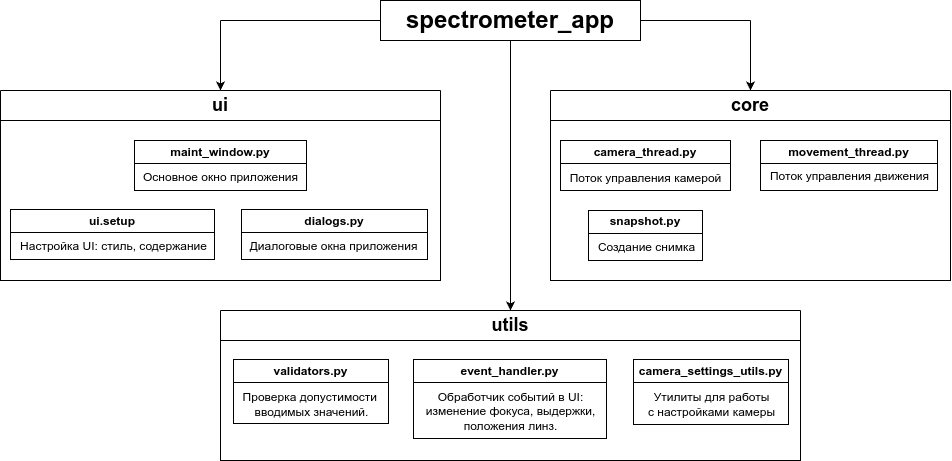
Earlier version of the draw.io export images/spectrometer_structure.png (Dvorobev-MIPT/spectrometer). Source tidied: cells renumbered, new cells last; positions are measured from the earlier drawing's top-left corner, leaving out a move shared by most shapes. Its diagram source:
```xml
<mxGraphModel>
  <root>
    <mxCell id="0" />
    <mxCell id="1" parent="0" />
    <mxCell id="2" style="swimlane;startSize=0;" parent="1" vertex="1">
      <mxGeometry y="90" width="440" height="190" as="geometry" />
    </mxCell>
    <mxCell id="3" value="&lt;b&gt;&lt;font style=&quot;font-size: 18px;&quot;&gt;ui&lt;/font&gt;&lt;/b&gt;" style="text;html=1;align=center;verticalAlign=middle;whiteSpace=wrap;rounded=0;fontSize=16;" parent="2" vertex="1">
      <mxGeometry width="440" height="30" as="geometry" />
    </mxCell>
    <mxCell id="4" style="endArrow=none;html=1;rounded=0;exitX=1;exitY=1;exitDx=0;exitDy=0;entryX=0;entryY=1;entryDx=0;entryDy=0;" parent="2" edge="1" source="3" target="3">
      <mxGeometry relative="1" as="geometry" />
    </mxCell>
    <mxCell id="5" value="ui.setup" style="swimlane;whiteSpace=wrap;html=1;" parent="2" vertex="1">
      <mxGeometry x="10" y="119" width="204" height="50" as="geometry" />
    </mxCell>
    <mxCell id="6" value="Настройка UI: стиль, содержание" style="text;html=1;align=center;verticalAlign=middle;strokeColor=none;fillColor=none;" parent="5" vertex="1">
      <mxGeometry y="24" width="205" height="26" as="geometry" />
    </mxCell>
    <mxCell id="7" value="dialogs.py" style="swimlane;whiteSpace=wrap;html=1;" parent="2" vertex="1">
      <mxGeometry x="241" y="119" width="186" height="50" as="geometry" />
    </mxCell>
    <mxCell id="8" value="Диалоговые окна приложения" style="text;html=1;align=center;verticalAlign=middle;strokeColor=none;fillColor=none;" parent="7" vertex="1">
      <mxGeometry x="-1" y="24" width="186" height="26" as="geometry" />
    </mxCell>
    <mxCell id="9" value="maint_window.py" style="swimlane;whiteSpace=wrap;html=1;" parent="2" vertex="1">
      <mxGeometry x="134" y="50" width="172" height="50" as="geometry" />
    </mxCell>
    <mxCell id="10" value="Основное окно приложения" style="text;html=1;align=center;verticalAlign=middle;strokeColor=none;fillColor=none;" parent="9" vertex="1">
      <mxGeometry x="-1" y="24" width="173" height="26" as="geometry" />
    </mxCell>
    <mxCell id="11" style="swimlane;startSize=0;" parent="1" vertex="1">
      <mxGeometry x="220" y="310" width="580" height="150" as="geometry" />
    </mxCell>
    <mxCell id="12" value="&lt;b&gt;&lt;font style=&quot;font-size: 18px;&quot;&gt;utils&lt;/font&gt;&lt;/b&gt;" style="text;html=1;align=center;verticalAlign=middle;whiteSpace=wrap;rounded=0;fontSize=16;" parent="11" vertex="1">
      <mxGeometry width="580" height="30" as="geometry" />
    </mxCell>
    <mxCell id="13" style="endArrow=none;html=1;rounded=0;exitX=1;exitY=1;exitDx=0;exitDy=0;entryX=0;entryY=1;entryDx=0;entryDy=0;" parent="11" edge="1" source="12" target="12">
      <mxGeometry relative="1" as="geometry" />
    </mxCell>
    <mxCell id="14" value="validators.py" style="swimlane;whiteSpace=wrap;html=1;" parent="11" vertex="1">
      <mxGeometry x="13" y="49" width="155" height="64" as="geometry" />
    </mxCell>
    <mxCell id="15" value="Проверка допустимости&amp;nbsp;&lt;div&gt;вводимых значений.&lt;/div&gt;" style="text;html=1;align=center;verticalAlign=middle;strokeColor=none;fillColor=none;" parent="14" vertex="1">
      <mxGeometry y="24" width="156" height="41" as="geometry" />
    </mxCell>
    <mxCell id="16" value="event_handler.py" style="swimlane;whiteSpace=wrap;html=1;" parent="11" vertex="1">
      <mxGeometry x="193" y="49" width="193" height="79" as="geometry" />
    </mxCell>
    <mxCell id="17" value="Обработчик событий в UI:&lt;div&gt;&amp;nbsp;изменение фокуса,&amp;nbsp;&lt;span style=&quot;background-color: transparent; color: light-dark(rgb(0, 0, 0), rgb(255, 255, 255));&quot;&gt;выдержки,&lt;/span&gt;&lt;span style=&quot;background-color: transparent; color: light-dark(rgb(0, 0, 0), rgb(255, 255, 255));&quot;&gt;&amp;nbsp;&lt;/span&gt;&lt;/div&gt;&lt;div&gt;&lt;span style=&quot;background-color: transparent; color: light-dark(rgb(0, 0, 0), rgb(255, 255, 255));&quot;&gt;положения линз.&lt;/span&gt;&lt;/div&gt;" style="text;html=1;align=center;verticalAlign=middle;strokeColor=none;fillColor=none;" parent="16" vertex="1">
      <mxGeometry y="24" width="194" height="55" as="geometry" />
    </mxCell>
    <mxCell id="18" value="camera_settings_utils.py" style="swimlane;whiteSpace=wrap;html=1;" parent="11" vertex="1">
      <mxGeometry x="413" y="49" width="155" height="65" as="geometry" />
    </mxCell>
    <mxCell id="19" value="Утилиты для работы&lt;div&gt;с настройками камеры&lt;/div&gt;" style="text;html=1;align=center;verticalAlign=middle;strokeColor=none;fillColor=none;" parent="18" vertex="1">
      <mxGeometry x="5" y="24" width="145" height="41" as="geometry" />
    </mxCell>
    <mxCell id="20" style="swimlane;startSize=0;" parent="1" vertex="1">
      <mxGeometry x="550" y="90" width="400" height="190" as="geometry" />
    </mxCell>
    <mxCell id="21" value="&lt;b&gt;&lt;font style=&quot;font-size: 18px;&quot;&gt;core&lt;/font&gt;&lt;/b&gt;" style="text;html=1;align=center;verticalAlign=middle;whiteSpace=wrap;rounded=0;fontSize=16;" parent="20" vertex="1">
      <mxGeometry width="400" height="30" as="geometry" />
    </mxCell>
    <mxCell id="22" style="endArrow=none;html=1;rounded=0;exitX=1;exitY=1;exitDx=0;exitDy=0;entryX=0;entryY=1;entryDx=0;entryDy=0;" parent="20" edge="1" source="21" target="21">
      <mxGeometry relative="1" as="geometry" />
    </mxCell>
    <mxCell id="23" value="camera_thread.py" style="swimlane;whiteSpace=wrap;html=1;" parent="20" vertex="1">
      <mxGeometry x="10" y="50" width="170" height="50" as="geometry" />
    </mxCell>
    <mxCell id="24" value="Поток управления камерой" style="text;html=1;align=center;verticalAlign=middle;strokeColor=none;fillColor=none;" parent="23" vertex="1">
      <mxGeometry y="23" width="170" height="30" as="geometry" />
    </mxCell>
    <mxCell id="25" value="movement_thread.py" style="swimlane;whiteSpace=wrap;html=1;" parent="20" vertex="1">
      <mxGeometry x="210" y="50" width="177" height="50" as="geometry" />
    </mxCell>
    <mxCell id="26" value="Поток управления движения" style="text;html=1;align=center;verticalAlign=middle;strokeColor=none;fillColor=none;" parent="25" vertex="1">
      <mxGeometry y="23" width="177" height="26" as="geometry" />
    </mxCell>
    <mxCell id="27" value="snapshot.py" style="swimlane;whiteSpace=wrap;html=1;" parent="20" vertex="1">
      <mxGeometry x="38" y="120" width="114" height="50" as="geometry" />
    </mxCell>
    <mxCell id="28" value="Создание снимка" style="text;html=1;align=center;verticalAlign=middle;strokeColor=none;fillColor=none;" parent="27" vertex="1">
      <mxGeometry y="24" width="115" height="26" as="geometry" />
    </mxCell>
    <mxCell id="29" style="rounded=0;whiteSpace=wrap;html=1;" parent="1" vertex="1">
      <mxGeometry x="380" width="260" height="40" as="geometry" />
    </mxCell>
    <mxCell id="30" style="edgeStyle=orthogonalEdgeStyle;rounded=0;jettySize=auto;html=1;exitX=0.5;exitY=1;exitDx=0;exitDy=0;entryX=0.5;entryY=0;entryDx=0;entryDy=0;" parent="1" edge="1" source="31" target="12">
      <mxGeometry relative="1" as="geometry" />
    </mxCell>
    <mxCell id="31" value="&lt;font style=&quot;font-size: 24px;&quot;&gt;&lt;b&gt;spectrometer_app&lt;/b&gt;&lt;/font&gt;" style="text;html=1;align=center;verticalAlign=middle;whiteSpace=wrap;rounded=0;" parent="1" vertex="1">
      <mxGeometry x="380" width="260" height="40" as="geometry" />
    </mxCell>
    <mxCell id="32" style="endArrow=none;html=1;rounded=0;exitX=1;exitY=0.5;exitDx=0;exitDy=0;" parent="1" edge="1" source="31">
      <mxGeometry relative="1" as="geometry">
        <mxPoint x="750" y="20" as="targetPoint" />
      </mxGeometry>
    </mxCell>
    <mxCell id="33" style="endArrow=classic;html=1;rounded=0;entryX=0.5;entryY=0;entryDx=0;entryDy=0;" parent="1" edge="1" target="21">
      <mxGeometry relative="1" as="geometry">
        <mxPoint x="750" y="20" as="sourcePoint" />
      </mxGeometry>
    </mxCell>
    <mxCell id="34" style="endArrow=none;html=1;rounded=0;entryX=0;entryY=0.5;entryDx=0;entryDy=0;" parent="1" edge="1" target="31">
      <mxGeometry relative="1" as="geometry">
        <mxPoint x="220" y="20" as="sourcePoint" />
      </mxGeometry>
    </mxCell>
    <mxCell id="35" style="endArrow=classic;html=1;rounded=0;entryX=0.5;entryY=0;entryDx=0;entryDy=0;" parent="1" edge="1" target="3">
      <mxGeometry relative="1" as="geometry">
        <mxPoint x="220" y="20" as="sourcePoint" />
      </mxGeometry>
    </mxCell>
  </root>
</mxGraphModel>
```
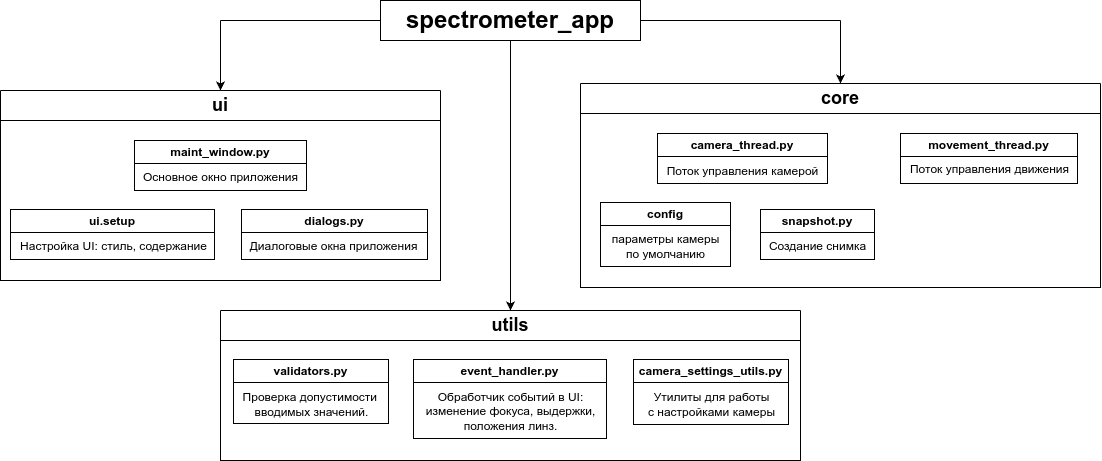
The same file after the commit.

The edit, as a diff of the source:
```diff
@@ -57,32 +57,38 @@
       <mxGeometry x="5" y="24" width="145" height="41" as="geometry" />
     </mxCell>
     <mxCell id="20" style="swimlane;startSize=0;" parent="1" vertex="1">
-      <mxGeometry x="550" y="90" width="400" height="190" as="geometry" />
+      <mxGeometry x="580" y="83" width="520" height="204" as="geometry" />
     </mxCell>
     <mxCell id="21" value="&lt;b&gt;&lt;font style=&quot;font-size: 18px;&quot;&gt;core&lt;/font&gt;&lt;/b&gt;" style="text;html=1;align=center;verticalAlign=middle;whiteSpace=wrap;rounded=0;fontSize=16;" parent="20" vertex="1">
-      <mxGeometry width="400" height="30" as="geometry" />
+      <mxGeometry width="520" height="30" as="geometry" />
     </mxCell>
     <mxCell id="22" style="endArrow=none;html=1;rounded=0;exitX=1;exitY=1;exitDx=0;exitDy=0;entryX=0;entryY=1;entryDx=0;entryDy=0;" parent="20" edge="1" source="21" target="21">
       <mxGeometry relative="1" as="geometry" />
     </mxCell>
     <mxCell id="23" value="camera_thread.py" style="swimlane;whiteSpace=wrap;html=1;" parent="20" vertex="1">
-      <mxGeometry x="10" y="50" width="170" height="50" as="geometry" />
+      <mxGeometry x="77" y="50" width="170" height="50" as="geometry" />
     </mxCell>
     <mxCell id="24" value="Поток управления камерой" style="text;html=1;align=center;verticalAlign=middle;strokeColor=none;fillColor=none;" parent="23" vertex="1">
       <mxGeometry y="23" width="170" height="30" as="geometry" />
     </mxCell>
     <mxCell id="25" value="movement_thread.py" style="swimlane;whiteSpace=wrap;html=1;" parent="20" vertex="1">
-      <mxGeometry x="210" y="50" width="177" height="50" as="geometry" />
+      <mxGeometry x="320" y="50" width="177" height="50" as="geometry" />
     </mxCell>
     <mxCell id="26" value="Поток управления движения" style="text;html=1;align=center;verticalAlign=middle;strokeColor=none;fillColor=none;" parent="25" vertex="1">
       <mxGeometry y="23" width="177" height="26" as="geometry" />
     </mxCell>
     <mxCell id="27" value="snapshot.py" style="swimlane;whiteSpace=wrap;html=1;" parent="20" vertex="1">
-      <mxGeometry x="38" y="120" width="114" height="50" as="geometry" />
+      <mxGeometry x="180" y="126" width="114" height="50" as="geometry" />
     </mxCell>
     <mxCell id="28" value="Создание снимка" style="text;html=1;align=center;verticalAlign=middle;strokeColor=none;fillColor=none;" parent="27" vertex="1">
       <mxGeometry y="24" width="115" height="26" as="geometry" />
     </mxCell>
+    <mxCell id="36" value="config" style="swimlane;whiteSpace=wrap;html=1;" parent="20" vertex="1">
+      <mxGeometry x="20" y="119" width="130" height="64" as="geometry" />
+    </mxCell>
+    <mxCell id="37" value="параметры камеры&lt;div&gt;&lt;div&gt;по умолчанию&lt;/div&gt;&lt;/div&gt;" style="text;html=1;align=center;verticalAlign=middle;strokeColor=none;fillColor=none;" parent="36" vertex="1">
+      <mxGeometry y="24" width="130" height="40" as="geometry" />
+    </mxCell>
     <mxCell id="29" style="rounded=0;whiteSpace=wrap;html=1;" parent="1" vertex="1">
       <mxGeometry x="380" width="260" height="40" as="geometry" />
     </mxCell>
@@ -94,12 +100,12 @@
     </mxCell>
     <mxCell id="32" style="endArrow=none;html=1;rounded=0;exitX=1;exitY=0.5;exitDx=0;exitDy=0;" parent="1" edge="1" source="31">
       <mxGeometry relative="1" as="geometry">
-        <mxPoint x="750" y="20" as="targetPoint" />
+        <mxPoint x="840" y="20" as="targetPoint" />
       </mxGeometry>
     </mxCell>
     <mxCell id="33" style="endArrow=classic;html=1;rounded=0;entryX=0.5;entryY=0;entryDx=0;entryDy=0;" parent="1" edge="1" target="21">
       <mxGeometry relative="1" as="geometry">
-        <mxPoint x="750" y="20" as="sourcePoint" />
+        <mxPoint x="840" y="20" as="sourcePoint" />
       </mxGeometry>
     </mxCell>
     <mxCell id="34" style="endArrow=none;html=1;rounded=0;entryX=0;entryY=0.5;entryDx=0;entryDy=0;" parent="1" edge="1" target="31">
```
